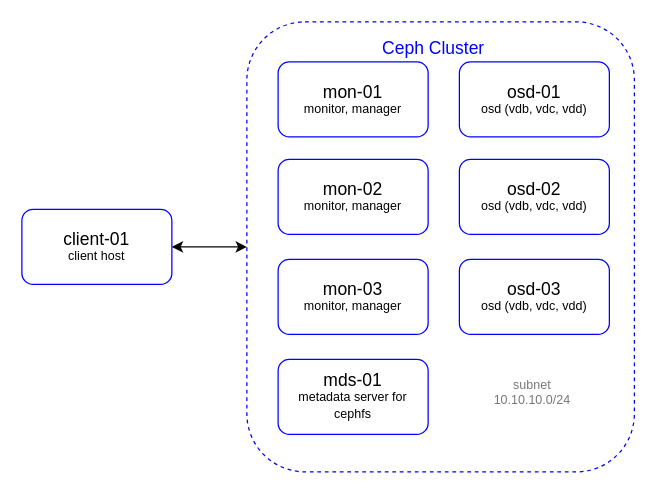
SergSha/lab-14 keeps this draw.io diagram as pics/infra.drawio. Above is the earlier version. Source tidied: cells renumbered, new cells numbered last; positions are measured from the earlier drawing's top-left corner, leaving out a move shared by most shapes. Both pictures are drawn from the tidied source at 125%, with x=0, y=0 at pixel (21, 21).
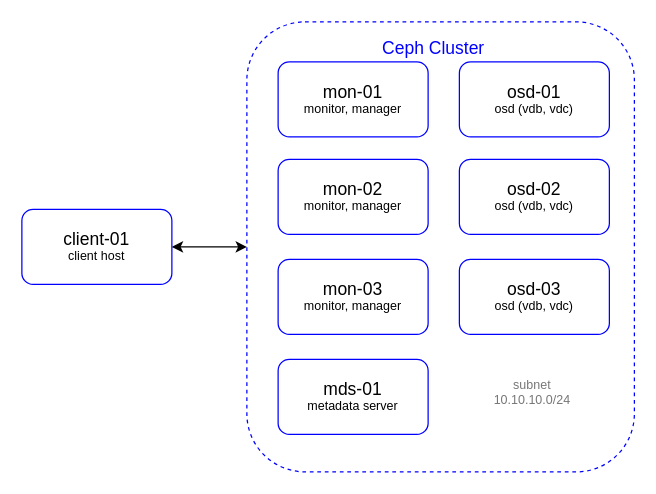
Above is the later version.

Change to the diagram source:
```diff
@@
 <mxGraphModel>
   <root>
     <mxCell id="0" />
     <mxCell id="1" parent="0" />
     <mxCell id="2" style="rounded=1;whiteSpace=wrap;html=1;strokeColor=#0000FF;dashed=1;fillColor=none;" parent="1" vertex="1">
       <mxGeometry x="180" width="310" height="360" as="geometry" />
     </mxCell>
-    <mxCell id="3" value="&lt;p style=&quot;line-height: 100%&quot;&gt;&lt;font&gt;&lt;span style=&quot;font-size: 14px&quot;&gt;mds-01&lt;br&gt;&lt;/span&gt;&lt;/font&gt;&lt;span style=&quot;font-size: 10px&quot;&gt;metadata server for cephfs&lt;/span&gt;&lt;br&gt;&lt;/p&gt;" style="rounded=1;whiteSpace=wrap;html=1;strokeColor=#0000FF;" parent="1" vertex="1">
+    <mxCell id="3" value="&lt;p style=&quot;line-height: 100%&quot;&gt;&lt;font&gt;&lt;span style=&quot;font-size: 14px&quot;&gt;mds-01&lt;br&gt;&lt;/span&gt;&lt;/font&gt;&lt;span style=&quot;font-size: 10px&quot;&gt;metadata server&lt;/span&gt;&lt;br&gt;&lt;/p&gt;" style="rounded=1;whiteSpace=wrap;html=1;strokeColor=#0000FF;" parent="1" vertex="1">
       <mxGeometry x="205" y="270" width="120" height="60" as="geometry" />
     </mxCell>
     <mxCell id="4" value="&lt;p style=&quot;line-height: 100%&quot;&gt;&lt;span style=&quot;font-size: 14px&quot;&gt;mon-01&lt;/span&gt;&lt;br&gt;&lt;span style=&quot;font-size: 10px&quot;&gt;monitor, manager&lt;/span&gt;&lt;/p&gt;" style="rounded=1;whiteSpace=wrap;html=1;strokeColor=#0000FF;" parent="1" vertex="1">
       <mxGeometry x="205" y="32" width="120" height="60" as="geometry" />
     </mxCell>
     <mxCell id="5" value="&lt;p style=&quot;line-height: 100%&quot;&gt;&lt;span style=&quot;font-size: 14px&quot;&gt;client-01&lt;/span&gt;&lt;br&gt;&lt;span style=&quot;font-size: 10px&quot;&gt;client host&lt;/span&gt;&lt;/p&gt;" style="rounded=1;whiteSpace=wrap;html=1;strokeColor=#0000FF;" parent="1" vertex="1">
       <mxGeometry y="150" width="120" height="60" as="geometry" />
     </mxCell>
     <mxCell id="6" value="&lt;p style=&quot;line-height: 100%&quot;&gt;&lt;span style=&quot;font-size: 14px&quot;&gt;mon-03&lt;/span&gt;&lt;br&gt;&lt;span style=&quot;font-size: 10px&quot;&gt;monitor, manager&lt;/span&gt;&lt;/p&gt;" style="rounded=1;whiteSpace=wrap;html=1;strokeColor=#0000FF;" parent="1" vertex="1">
       <mxGeometry x="205" y="190" width="120" height="60" as="geometry" />
     </mxCell>
     <mxCell id="7" value="&lt;font style=&quot;font-size: 10px&quot;&gt;subnet&lt;br&gt;10.10.10.0/24&lt;/font&gt;" style="edgeLabel;html=1;align=center;verticalAlign=middle;fontSize=8;fontColor=#777777;rotation=0;" parent="1" vertex="1">
       <mxGeometry x="410" y="290" as="geometry">
         <mxPoint x="-3" y="5" as="offset" />
       </mxGeometry>
     </mxCell>
     <mxCell id="8" style="endArrow=classic;startArrow=classic;html=1;rounded=1;entryX=0;entryY=0.5;entryDx=0;entryDy=0;exitX=1;exitY=0.5;exitDx=0;exitDy=0;" parent="1" edge="1" source="5" target="2">
       <mxGeometry relative="1" as="geometry" />
     </mxCell>
     <mxCell id="9" value="&lt;p style=&quot;line-height: 100%&quot;&gt;&lt;span style=&quot;font-size: 14px&quot;&gt;mon-02&lt;/span&gt;&lt;br&gt;&lt;span style=&quot;font-size: 10px&quot;&gt;monitor, manager&lt;/span&gt;&lt;/p&gt;" style="rounded=1;whiteSpace=wrap;html=1;strokeColor=#0000FF;" parent="1" vertex="1">
       <mxGeometry x="205" y="110" width="120" height="60" as="geometry" />
     </mxCell>
-    <mxCell id="10" value="&lt;p style=&quot;line-height: 100%&quot;&gt;&lt;font&gt;&lt;span style=&quot;font-size: 14px&quot;&gt;osd-02&lt;br&gt;&lt;/span&gt;&lt;/font&gt;&lt;span style=&quot;font-size: 10px&quot;&gt;osd (vdb, vdc, vdd)&lt;/span&gt;&lt;/p&gt;" style="rounded=1;whiteSpace=wrap;html=1;strokeColor=#0000FF;" parent="1" vertex="1">
+    <mxCell id="10" value="&lt;p style=&quot;line-height: 100%&quot;&gt;&lt;font&gt;&lt;span style=&quot;font-size: 14px&quot;&gt;osd-02&lt;br&gt;&lt;/span&gt;&lt;/font&gt;&lt;span style=&quot;font-size: 10px&quot;&gt;osd (vdb, vdc)&lt;/span&gt;&lt;/p&gt;" style="rounded=1;whiteSpace=wrap;html=1;strokeColor=#0000FF;" parent="1" vertex="1">
       <mxGeometry x="350" y="110" width="120" height="60" as="geometry" />
     </mxCell>
-    <mxCell id="11" value="&lt;p style=&quot;line-height: 100%&quot;&gt;&lt;font&gt;&lt;span style=&quot;font-size: 14px&quot;&gt;osd-01&lt;br&gt;&lt;/span&gt;&lt;/font&gt;&lt;span style=&quot;font-size: 10px&quot;&gt;osd (vdb, vdc, vdd)&lt;/span&gt;&lt;/p&gt;" style="rounded=1;whiteSpace=wrap;html=1;strokeColor=#0000FF;" parent="1" vertex="1">
+    <mxCell id="11" value="&lt;p style=&quot;line-height: 100%&quot;&gt;&lt;font&gt;&lt;span style=&quot;font-size: 14px&quot;&gt;osd-01&lt;br&gt;&lt;/span&gt;&lt;/font&gt;&lt;span style=&quot;font-size: 10px&quot;&gt;osd (vdb, vdc)&lt;/span&gt;&lt;/p&gt;" style="rounded=1;whiteSpace=wrap;html=1;strokeColor=#0000FF;" parent="1" vertex="1">
       <mxGeometry x="350" y="32" width="120" height="60" as="geometry" />
     </mxCell>
-    <mxCell id="12" value="&lt;p style=&quot;line-height: 100%&quot;&gt;&lt;font&gt;&lt;span style=&quot;font-size: 14px&quot;&gt;osd-03&lt;br&gt;&lt;/span&gt;&lt;/font&gt;&lt;span style=&quot;font-size: 10px&quot;&gt;osd (vdb, vdc, vdd)&lt;/span&gt;&lt;/p&gt;" style="rounded=1;whiteSpace=wrap;html=1;strokeColor=#0000FF;" parent="1" vertex="1">
+    <mxCell id="12" value="&lt;p style=&quot;line-height: 100%&quot;&gt;&lt;font&gt;&lt;span style=&quot;font-size: 14px&quot;&gt;osd-03&lt;br&gt;&lt;/span&gt;&lt;/font&gt;&lt;span style=&quot;font-size: 10px&quot;&gt;osd (vdb, vdc)&lt;/span&gt;&lt;/p&gt;" style="rounded=1;whiteSpace=wrap;html=1;strokeColor=#0000FF;" parent="1" vertex="1">
       <mxGeometry x="350" y="190" width="120" height="60" as="geometry" />
     </mxCell>
     <mxCell id="13" value="&lt;font color=&quot;#0000ff&quot; style=&quot;font-size: 14px&quot;&gt;Ceph Cluster&lt;/font&gt;" style="edgeLabel;html=1;align=center;verticalAlign=middle;fontSize=8;fontColor=#777777;" parent="1" vertex="1">
       <mxGeometry x="325" y="20" as="geometry">
         <mxPoint x="3" as="offset" />
       </mxGeometry>
     </mxCell>
   </root>
 </mxGraphModel>
```
